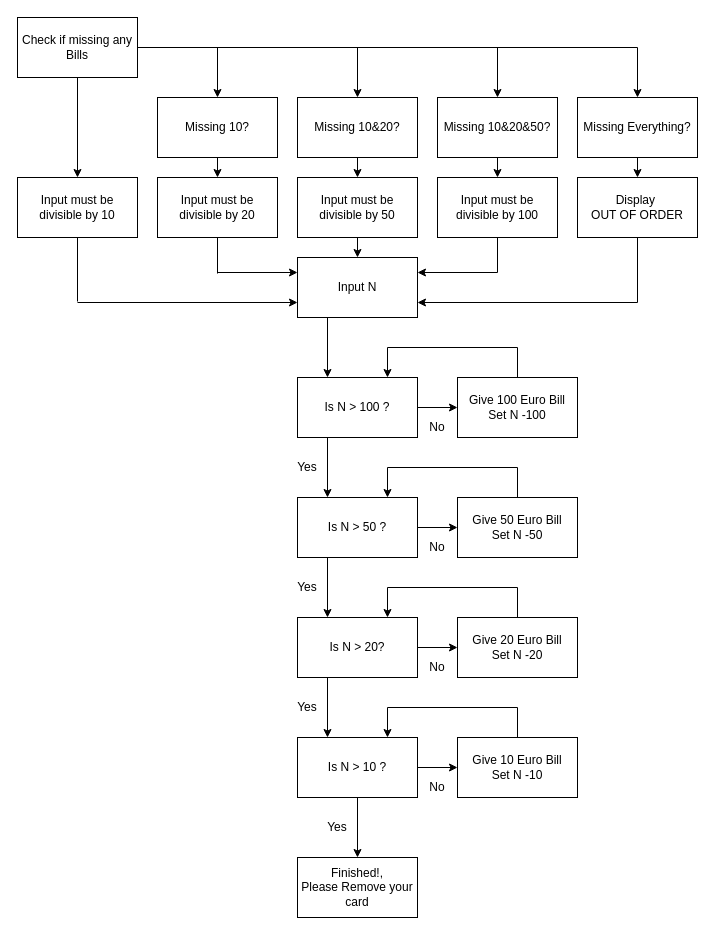
This is ATM.drawio from Koenigsgeier/F21-Algorithms-Niklas-Tim, a draw.io file, before an edit. Source tidied: cells renumbered, new cells numbered last; positions are measured from the earlier drawing's top-left corner, leaving out a move shared by most shapes. Both pictures are drawn from the tidied source at 100%, with x=0, y=0 at pixel (17, 17).
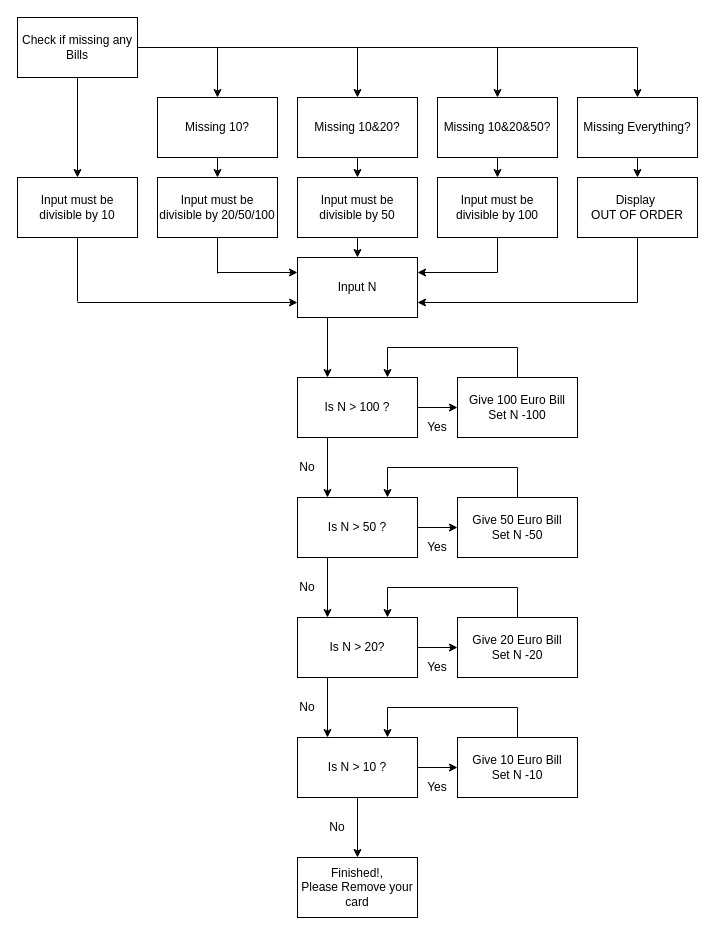
After the change.

Diff of the diagram source:
```diff
@@
-    <mxCell id="7" value="Input must be divisible by 20" style="rounded=0;whiteSpace=wrap;html=1;" parent="1" vertex="1">
+    <mxCell id="7" value="Input must be divisible by 20/50/100" style="rounded=0;whiteSpace=wrap;html=1;" parent="1" vertex="1">
       <mxGeometry x="140" y="160" width="120" height="60" as="geometry" />
     </mxCell>
@@
     <mxCell id="16" value="Yes" style="text;html=1;strokeColor=none;fillColor=none;align=center;verticalAlign=middle;whiteSpace=wrap;rounded=0;" parent="1" vertex="1">
-      <mxGeometry x="270" y="440" width="40" height="20" as="geometry" />
+      <mxGeometry x="400" y="400" width="40" height="20" as="geometry" />
     </mxCell>
     <mxCell id="17" value="No" style="text;html=1;strokeColor=none;fillColor=none;align=center;verticalAlign=middle;whiteSpace=wrap;rounded=0;" parent="1" vertex="1">
-      <mxGeometry x="400" y="400" width="40" height="20" as="geometry" />
+      <mxGeometry x="270" y="440" width="40" height="20" as="geometry" />
     </mxCell>
@@
     <mxCell id="25" value="Yes" style="text;html=1;strokeColor=none;fillColor=none;align=center;verticalAlign=middle;whiteSpace=wrap;rounded=0;" parent="1" vertex="1">
-      <mxGeometry x="270" y="560" width="40" height="20" as="geometry" />
+      <mxGeometry x="400" y="520" width="40" height="20" as="geometry" />
     </mxCell>
     <mxCell id="26" value="No" style="text;html=1;strokeColor=none;fillColor=none;align=center;verticalAlign=middle;whiteSpace=wrap;rounded=0;" parent="1" vertex="1">
-      <mxGeometry x="400" y="520" width="40" height="20" as="geometry" />
+      <mxGeometry x="270" y="560" width="40" height="20" as="geometry" />
     </mxCell>
@@
     <mxCell id="34" value="Yes" style="text;html=1;strokeColor=none;fillColor=none;align=center;verticalAlign=middle;whiteSpace=wrap;rounded=0;" parent="1" vertex="1">
-      <mxGeometry x="270" y="680" width="40" height="20" as="geometry" />
+      <mxGeometry x="400" y="640" width="40" height="20" as="geometry" />
     </mxCell>
     <mxCell id="35" value="No" style="text;html=1;strokeColor=none;fillColor=none;align=center;verticalAlign=middle;whiteSpace=wrap;rounded=0;" parent="1" vertex="1">
-      <mxGeometry x="400" y="640" width="40" height="20" as="geometry" />
+      <mxGeometry x="270" y="680" width="40" height="20" as="geometry" />
     </mxCell>
@@
     <mxCell id="43" value="Yes" style="text;html=1;strokeColor=none;fillColor=none;align=center;verticalAlign=middle;whiteSpace=wrap;rounded=0;" parent="1" vertex="1">
-      <mxGeometry x="300" y="800" width="40" height="20" as="geometry" />
+      <mxGeometry x="400" y="760" width="40" height="20" as="geometry" />
     </mxCell>
     <mxCell id="44" value="No" style="text;html=1;strokeColor=none;fillColor=none;align=center;verticalAlign=middle;whiteSpace=wrap;rounded=0;" parent="1" vertex="1">
-      <mxGeometry x="400" y="760" width="40" height="20" as="geometry" />
+      <mxGeometry x="300" y="800" width="40" height="20" as="geometry" />
     </mxCell>
```
